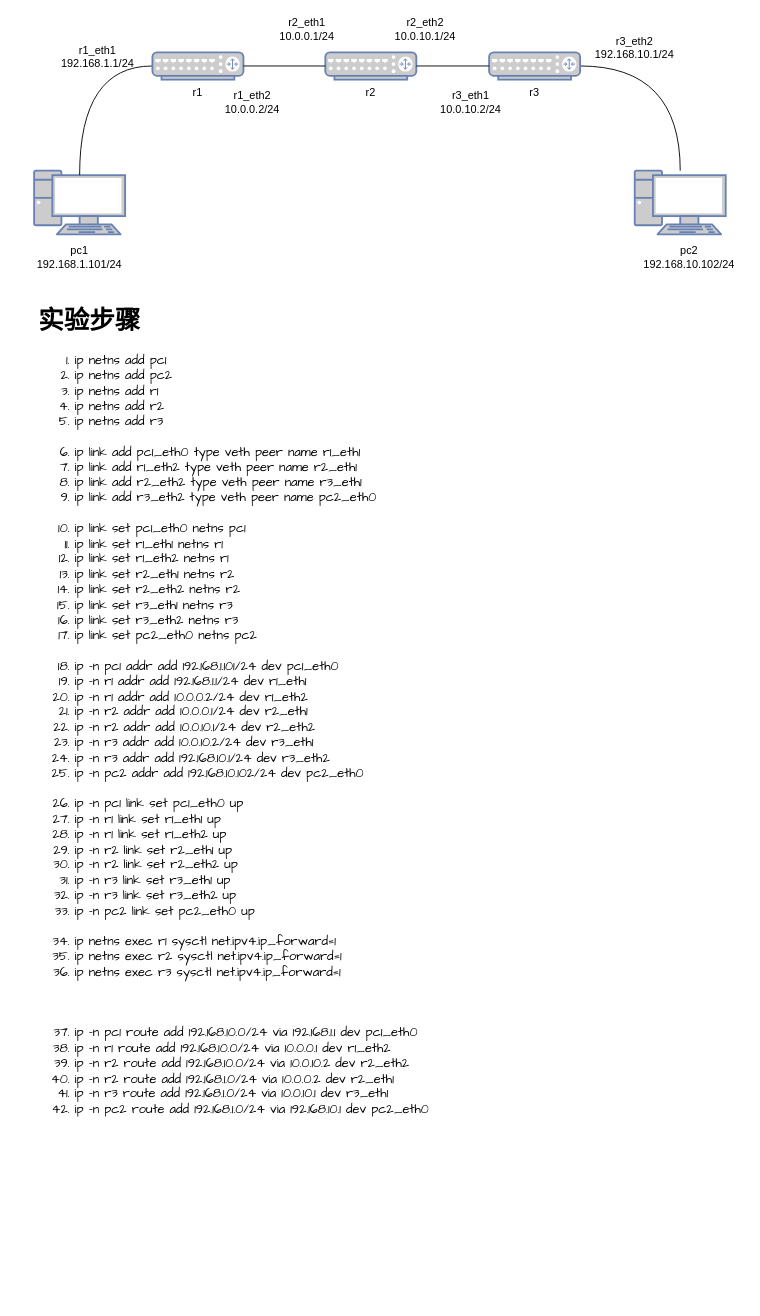
Earlier version of the draw.io diagram page "router2" (13 of 15) of network_trainning.drawio (garryfan2013/network_trainning). Source tidied: cells renumbered, new cells numbered last; positions are measured from the earlier drawing's top-left corner, leaving out a move shared by most shapes. Both pictures are drawn from the tidied source at 91%, with x=0, y=0 at pixel (25, 15).
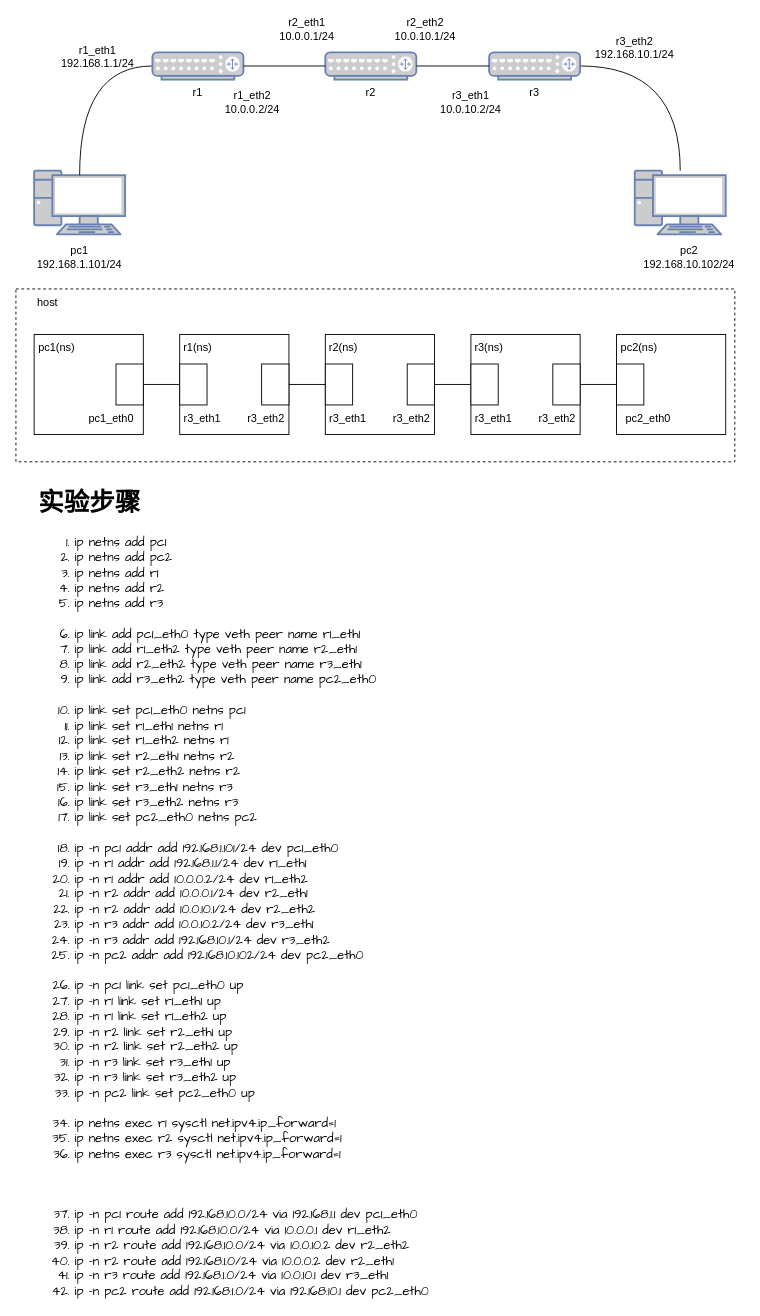
Above is the later version.

Change to the diagram source:
```diff
@@
     <mxCell id="22" value="&lt;h1&gt;实验步骤&lt;/h1&gt;&lt;p&gt;&lt;/p&gt;&lt;ol&gt;&lt;li&gt;ip netns add pc1&lt;/li&gt;&lt;li&gt;ip netns add pc2&lt;/li&gt;&lt;li&gt;ip netns add r1&lt;/li&gt;&lt;li&gt;ip netns add r2&lt;/li&gt;&lt;li&gt;ip netns add r3&lt;br&gt;&lt;br&gt;&lt;/li&gt;&lt;li&gt;ip link add pc1_eth0 type veth peer name r1_eth1&lt;br&gt;&lt;/li&gt;&lt;li&gt;ip link add r1_eth2 type veth peer name r2_eth1&lt;/li&gt;&lt;li&gt;ip link add r2_eth2 type veth peer name r3_eth1&lt;/li&gt;&lt;li&gt;ip link add r3_eth2 type veth peer name pc2_eth0&lt;br&gt;&lt;br&gt;&lt;/li&gt;&lt;li&gt;ip link set pc1_eth0 netns pc1&lt;/li&gt;&lt;li&gt;ip link set r1_eth1 netns r1&lt;/li&gt;&lt;li&gt;ip link set r1_eth2 netns r1&lt;/li&gt;&lt;li&gt;ip link set r2_eth1 netns r2&lt;/li&gt;&lt;li&gt;ip link set r2_eth2 netns r2&lt;/li&gt;&lt;li&gt;ip link set r3_eth1 netns r3&lt;/li&gt;&lt;li&gt;ip link set r3_eth2 netns r3&lt;/li&gt;&lt;li&gt;ip link set pc2_eth0 netns pc2&lt;br&gt;&lt;br&gt;&lt;/li&gt;&lt;li&gt;ip -n pc1 addr add 192.168.1.101/24 dev pc1_eth0&lt;/li&gt;&lt;li&gt;ip -n r1 addr add 192.168.1.1/24 dev r1_eth1&lt;/li&gt;&lt;li&gt;ip -n r1 addr add 10.0.0.2/24 dev r1_eth2&lt;/li&gt;&lt;li&gt;ip -n r2 addr add 10.0.0.1/24 dev r2_eth1&lt;/li&gt;&lt;li&gt;ip -n r2 addr add 10.0.10.1/24 dev r2_eth2&lt;/li&gt;&lt;li&gt;ip -n r3 addr add 10.0.10.2/24 dev r3_eth1&lt;/li&gt;&lt;li&gt;ip -n r3 addr add 192.168.10.1/24 dev r3_eth2&lt;/li&gt;&lt;li&gt;ip -n pc2 addr add 192.168.10.102/24 dev pc2_eth0&lt;br&gt;&lt;br&gt;&lt;/li&gt;&lt;li&gt;ip -n pc1 link set pc1_eth0 up&lt;/li&gt;&lt;li&gt;ip -n r1 link set r1_eth1 up&lt;/li&gt;&lt;li&gt;ip -n r1 link set r1_eth2 up&lt;/li&gt;&lt;li&gt;ip -n r2 link set r2_eth1 up&lt;/li&gt;&lt;li&gt;ip -n r2 link set r2_eth2 up&lt;/li&gt;&lt;li&gt;ip -n r3 link set r3_eth1 up&lt;/li&gt;&lt;li&gt;ip -n r3 link set r3_eth2 up&lt;/li&gt;&lt;li&gt;ip -n pc2 link set pc2_eth0 up&lt;br&gt;&lt;br&gt;&lt;/li&gt;&lt;li&gt;ip netns exec r1 sysctl net.ipv4.ip_forward=1&lt;/li&gt;&lt;li&gt;ip netns exec r2 sysctl net.ipv4.ip_forward=1&lt;/li&gt;&lt;li&gt;ip netns exec r3 sysctl net.ipv4.ip_forward=1&lt;br&gt;&lt;br&gt;&lt;br&gt;&lt;br&gt;&lt;/li&gt;&lt;li&gt;ip -n pc1 route add 192.168.10.0/24 via 192.168.1.1 dev pc1_eth0&lt;/li&gt;&lt;li&gt;ip -n r1 route add 192.168.10.0/24 via 10.0.0.1 dev r1_eth2&lt;/li&gt;&lt;li&gt;ip -n r2 route add 192.168.10.0/24 via 10.0.10.2 dev r2_eth2&lt;/li&gt;&lt;li&gt;ip -n r2 route add 192.168.1.0/24 via 10.0.0.2 dev r2_eth1&lt;/li&gt;&lt;li&gt;ip -n r3 route add 192.168.1.0/24 via 10.0.10.1 dev r3_eth1&lt;br&gt;&lt;/li&gt;&lt;li&gt;ip -n pc2 route add 192.168.1.0/24 via 192.168.10.1 dev pc2_eth0&lt;br&gt;&lt;/li&gt;&lt;/ol&gt;&lt;p&gt;&lt;/p&gt;" style="text;html=1;strokeColor=none;fillColor=none;spacing=5;spacingTop=-20;whiteSpace=wrap;overflow=hidden;rounded=0;fontFamily=Comic Sans MS;fontSize=14;" parent="1" vertex="1">
-      <mxGeometry x="10" y="310" width="590" height="900" as="geometry" />
+      <mxGeometry x="10" y="510" width="590" height="900" as="geometry" />
     </mxCell>
+    <mxCell id="23" style="rounded=0;whiteSpace=wrap;html=1;fontFamily=Comic Sans MS;fontSize=14;fillColor=none;dashed=1;" parent="1" vertex="1">
+      <mxGeometry x="-10" y="300" width="790" height="190" as="geometry" />
+    </mxCell>
+    <mxCell id="24" style="rounded=0;whiteSpace=wrap;html=1;fontFamily=Comic Sans MS;fontSize=14;" parent="1" vertex="1">
+      <mxGeometry x="10" y="350" width="120" height="110" as="geometry" />
+    </mxCell>
+    <mxCell id="25" style="rounded=0;whiteSpace=wrap;html=1;fontFamily=Comic Sans MS;fontSize=14;" parent="1" vertex="1">
+      <mxGeometry x="100" y="382.5" width="30" height="45" as="geometry" />
+    </mxCell>
+    <mxCell id="26" value="pc1_eth0" style="text;html=1;strokeColor=none;fillColor=none;align=center;verticalAlign=middle;whiteSpace=wrap;rounded=0;dashed=1;" parent="1" vertex="1">
+      <mxGeometry x="60" y="427.5" width="70" height="30" as="geometry" />
+    </mxCell>
+    <mxCell id="27" value="pc1(ns)" style="text;html=1;strokeColor=none;fillColor=none;align=center;verticalAlign=middle;whiteSpace=wrap;rounded=0;dashed=1;" parent="1" vertex="1">
+      <mxGeometry x="10" y="350" width="50" height="30" as="geometry" />
+    </mxCell>
+    <mxCell id="28" style="rounded=0;whiteSpace=wrap;html=1;fontFamily=Comic Sans MS;fontSize=14;" parent="1" vertex="1">
+      <mxGeometry x="650" y="350" width="120" height="110" as="geometry" />
+    </mxCell>
+    <mxCell id="29" style="rounded=0;whiteSpace=wrap;html=1;fontFamily=Comic Sans MS;fontSize=14;" parent="1" vertex="1">
+      <mxGeometry x="650" y="382.5" width="30" height="45" as="geometry" />
+    </mxCell>
+    <mxCell id="30" value="pc2_eth0" style="text;html=1;strokeColor=none;fillColor=none;align=center;verticalAlign=middle;whiteSpace=wrap;rounded=0;dashed=1;" parent="1" vertex="1">
+      <mxGeometry x="650" y="427.5" width="70" height="30" as="geometry" />
+    </mxCell>
+    <mxCell id="31" value="pc2(ns)" style="text;html=1;strokeColor=none;fillColor=none;align=center;verticalAlign=middle;whiteSpace=wrap;rounded=0;dashed=1;" parent="1" vertex="1">
+      <mxGeometry x="650" y="350" width="50" height="30" as="geometry" />
+    </mxCell>
+    <mxCell id="32" value="host" style="text;html=1;strokeColor=none;fillColor=none;align=center;verticalAlign=middle;whiteSpace=wrap;rounded=0;dashed=1;" parent="1" vertex="1">
+      <mxGeometry x="-10" y="300" width="70" height="30" as="geometry" />
+    </mxCell>
+    <mxCell id="33" style="rounded=0;whiteSpace=wrap;html=1;fontFamily=Comic Sans MS;fontSize=14;" parent="1" vertex="1">
+      <mxGeometry x="490" y="350" width="120" height="110" as="geometry" />
+    </mxCell>
+    <mxCell id="34" style="rounded=0;whiteSpace=wrap;html=1;fontFamily=Comic Sans MS;fontSize=14;" parent="1" vertex="1">
+      <mxGeometry x="490" y="382.5" width="30" height="45" as="geometry" />
+    </mxCell>
+    <mxCell id="35" value="r3_eth1" style="text;html=1;strokeColor=none;fillColor=none;align=center;verticalAlign=middle;whiteSpace=wrap;rounded=0;dashed=1;" parent="1" vertex="1">
+      <mxGeometry x="490" y="427.5" width="50" height="30" as="geometry" />
+    </mxCell>
+    <mxCell id="36" value="r3(ns)" style="text;html=1;strokeColor=none;fillColor=none;align=center;verticalAlign=middle;whiteSpace=wrap;rounded=0;dashed=1;" parent="1" vertex="1">
+      <mxGeometry x="490" y="350" width="40" height="30" as="geometry" />
+    </mxCell>
+    <mxCell id="37" style="rounded=0;whiteSpace=wrap;html=1;fontFamily=Comic Sans MS;fontSize=14;" parent="1" vertex="1">
+      <mxGeometry x="580" y="382.5" width="30" height="45" as="geometry" />
+    </mxCell>
+    <mxCell id="38" value="r3_eth2" style="text;html=1;strokeColor=none;fillColor=none;align=center;verticalAlign=middle;whiteSpace=wrap;rounded=0;dashed=1;" parent="1" vertex="1">
+      <mxGeometry x="560" y="427.5" width="50" height="30" as="geometry" />
+    </mxCell>
+    <mxCell id="39" style="endArrow=none;html=1;rounded=0;fontFamily=Comic Sans MS;fontSize=14;exitX=0;exitY=0.5;exitDx=0;exitDy=0;entryX=1;entryY=0.5;entryDx=0;entryDy=0;" parent="1" edge="1" source="29" target="37">
+      <mxGeometry relative="1" as="geometry" />
+    </mxCell>
+    <mxCell id="40" style="rounded=0;whiteSpace=wrap;html=1;fontFamily=Comic Sans MS;fontSize=14;" parent="1" vertex="1">
+      <mxGeometry x="330" y="350" width="120" height="110" as="geometry" />
+    </mxCell>
+    <mxCell id="41" style="rounded=0;whiteSpace=wrap;html=1;fontFamily=Comic Sans MS;fontSize=14;" parent="1" vertex="1">
+      <mxGeometry x="330" y="382.5" width="30" height="45" as="geometry" />
+    </mxCell>
+    <mxCell id="42" value="r3_eth1" style="text;html=1;strokeColor=none;fillColor=none;align=center;verticalAlign=middle;whiteSpace=wrap;rounded=0;dashed=1;" parent="1" vertex="1">
+      <mxGeometry x="330" y="427.5" width="50" height="30" as="geometry" />
+    </mxCell>
+    <mxCell id="43" value="r2(ns)" style="text;html=1;strokeColor=none;fillColor=none;align=center;verticalAlign=middle;whiteSpace=wrap;rounded=0;dashed=1;" parent="1" vertex="1">
+      <mxGeometry x="330" y="350" width="40" height="30" as="geometry" />
+    </mxCell>
+    <mxCell id="44" style="rounded=0;whiteSpace=wrap;html=1;fontFamily=Comic Sans MS;fontSize=14;" parent="1" vertex="1">
+      <mxGeometry x="420" y="382.5" width="30" height="45" as="geometry" />
+    </mxCell>
+    <mxCell id="45" value="r3_eth2" style="text;html=1;strokeColor=none;fillColor=none;align=center;verticalAlign=middle;whiteSpace=wrap;rounded=0;dashed=1;" parent="1" vertex="1">
+      <mxGeometry x="400" y="427.5" width="50" height="30" as="geometry" />
+    </mxCell>
+    <mxCell id="46" style="rounded=0;whiteSpace=wrap;html=1;fontFamily=Comic Sans MS;fontSize=14;" parent="1" vertex="1">
+      <mxGeometry x="170" y="350" width="120" height="110" as="geometry" />
+    </mxCell>
+    <mxCell id="47" style="rounded=0;whiteSpace=wrap;html=1;fontFamily=Comic Sans MS;fontSize=14;" parent="1" vertex="1">
+      <mxGeometry x="170" y="382.5" width="30" height="45" as="geometry" />
+    </mxCell>
+    <mxCell id="48" value="r3_eth1" style="text;html=1;strokeColor=none;fillColor=none;align=center;verticalAlign=middle;whiteSpace=wrap;rounded=0;dashed=1;" parent="1" vertex="1">
+      <mxGeometry x="170" y="427.5" width="50" height="30" as="geometry" />
+    </mxCell>
+    <mxCell id="49" value="r1(ns)" style="text;html=1;strokeColor=none;fillColor=none;align=center;verticalAlign=middle;whiteSpace=wrap;rounded=0;dashed=1;" parent="1" vertex="1">
+      <mxGeometry x="170" y="350" width="40" height="30" as="geometry" />
+    </mxCell>
+    <mxCell id="50" style="rounded=0;whiteSpace=wrap;html=1;fontFamily=Comic Sans MS;fontSize=14;" parent="1" vertex="1">
+      <mxGeometry x="260" y="382.5" width="30" height="45" as="geometry" />
+    </mxCell>
+    <mxCell id="51" value="r3_eth2" style="text;html=1;strokeColor=none;fillColor=none;align=center;verticalAlign=middle;whiteSpace=wrap;rounded=0;dashed=1;" parent="1" vertex="1">
+      <mxGeometry x="240" y="427.5" width="50" height="30" as="geometry" />
+    </mxCell>
+    <mxCell id="52" style="endArrow=none;html=1;rounded=0;fontFamily=Comic Sans MS;fontSize=14;entryX=0;entryY=0.5;entryDx=0;entryDy=0;exitX=1;exitY=0.5;exitDx=0;exitDy=0;" parent="1" edge="1" source="44" target="34">
+      <mxGeometry relative="1" as="geometry" />
+    </mxCell>
+    <mxCell id="53" style="endArrow=none;html=1;rounded=0;fontFamily=Comic Sans MS;fontSize=14;exitX=1;exitY=0.5;exitDx=0;exitDy=0;entryX=0;entryY=0.5;entryDx=0;entryDy=0;" parent="1" edge="1" source="50" target="41">
+      <mxGeometry relative="1" as="geometry" />
+    </mxCell>
+    <mxCell id="54" style="endArrow=none;html=1;rounded=0;fontFamily=Comic Sans MS;fontSize=14;entryX=0;entryY=0.5;entryDx=0;entryDy=0;" parent="1" edge="1" source="25" target="47">
+      <mxGeometry relative="1" as="geometry" />
+    </mxCell>
```
